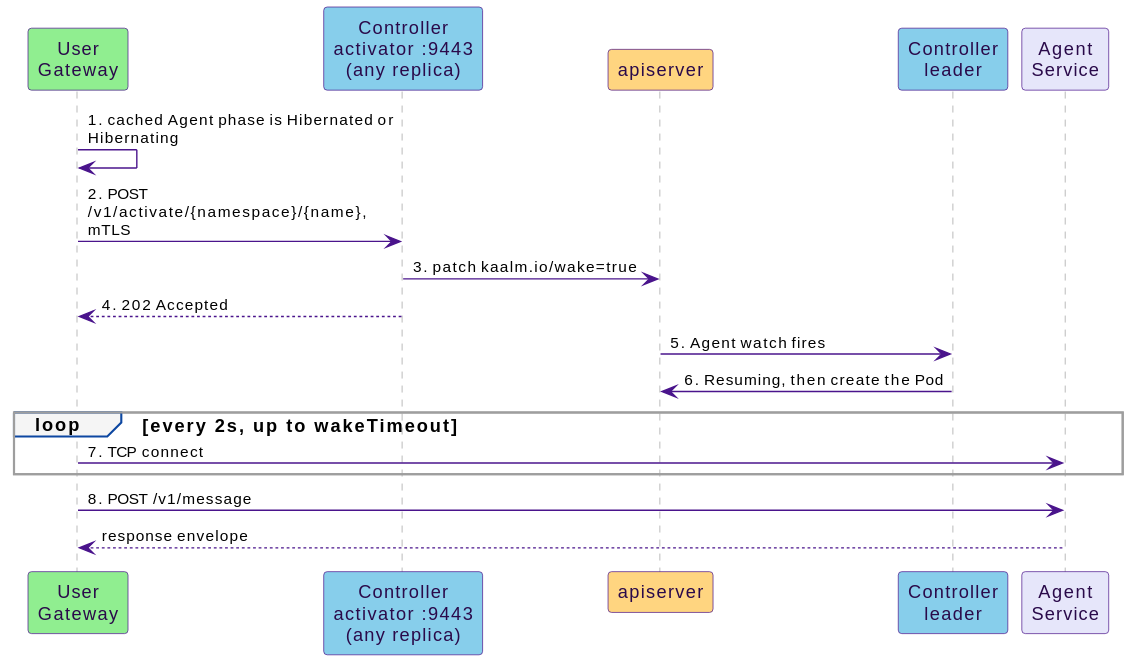
win07xp/kaalm keeps this PlantUML diagram as docs/src/diagrams/wake-sequence.svg. Above is the earlier version.
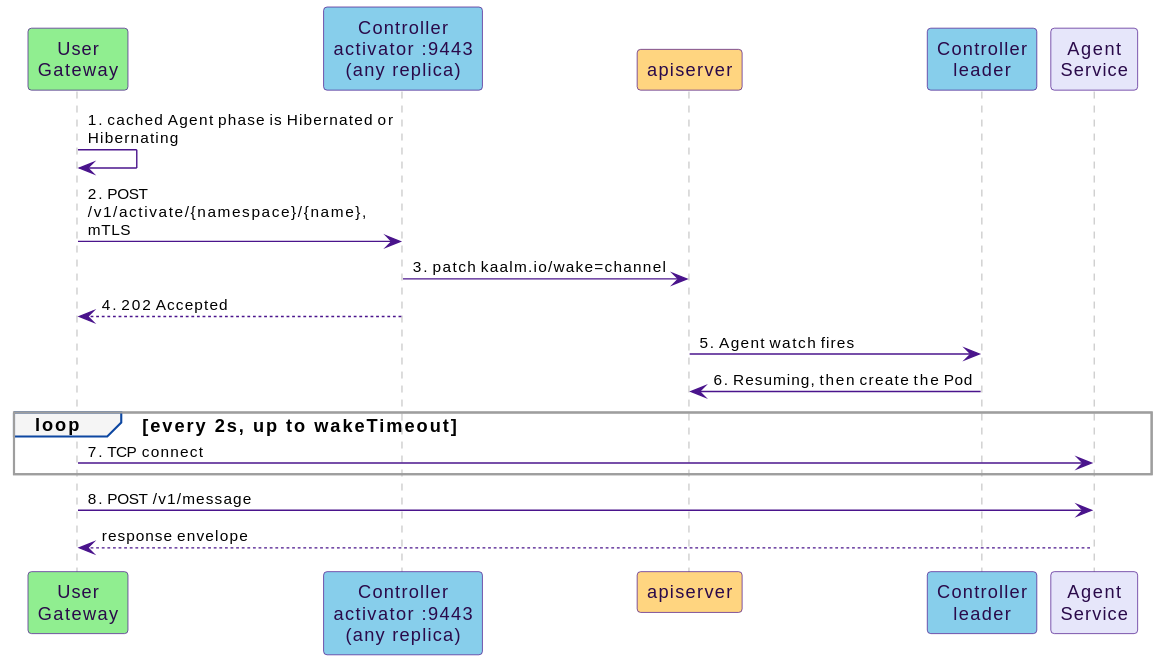
Above is the later version.

Change to the diagram source:
```diff
@@ -9,7 +9,7 @@
 
 gw -> gw : 1. cached Agent phase is Hibernated or Hibernating
 gw -> ctrl : 2. POST /v1/activate/{namespace}/{name}, mTLS
-ctrl -> api : 3. patch kaalm.io/wake=true
+ctrl -> api : 3. patch kaalm.io/wake=channel
 ctrl --> gw : 4. 202 Accepted
 api -> leader : 5. Agent watch fires
 leader -> api : 6. Resuming, then create the Pod
```
